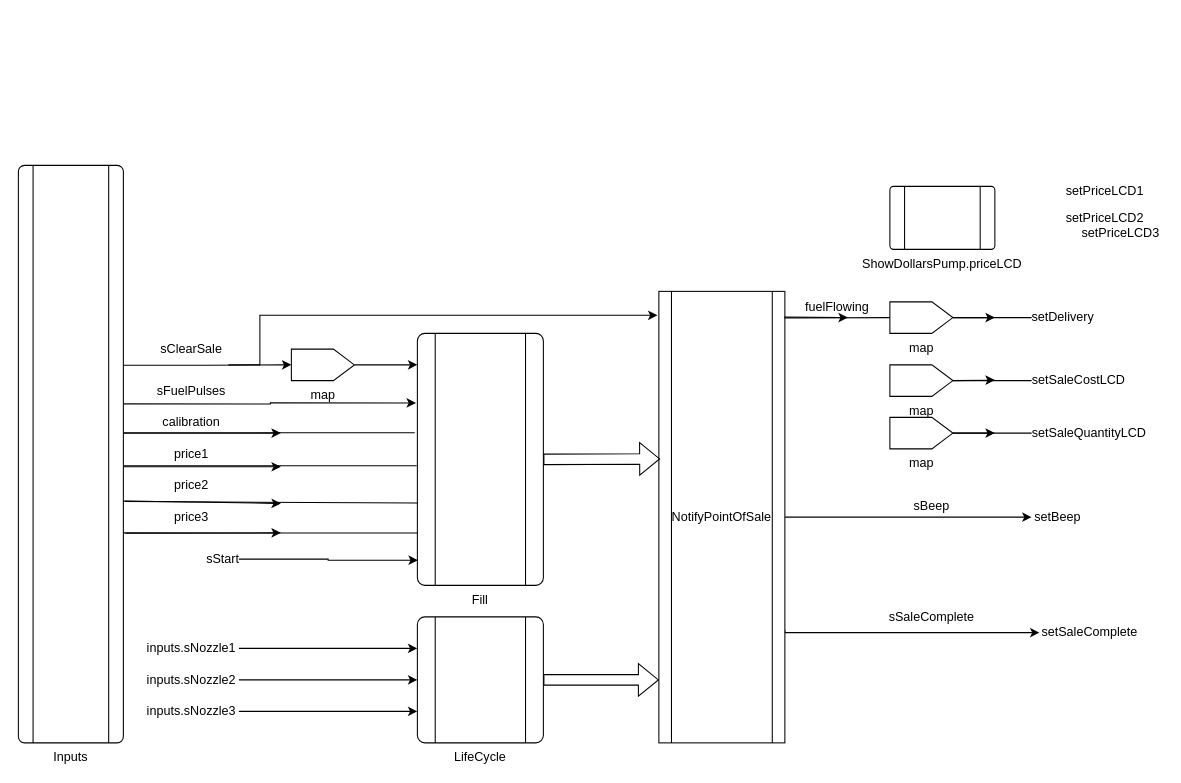
The draw.io diagram ClearSalePump.drawio in suzuki-taro-29/FRP-chap4-diagrams, before the edit. Source tidied: cells renumbered, new cells numbered last; positions are measured from the earlier drawing's top-left corner, leaving out a move shared by most shapes. Both pictures are drawn from the tidied source at 105%, with x=0, y=0 at pixel (18, 165).
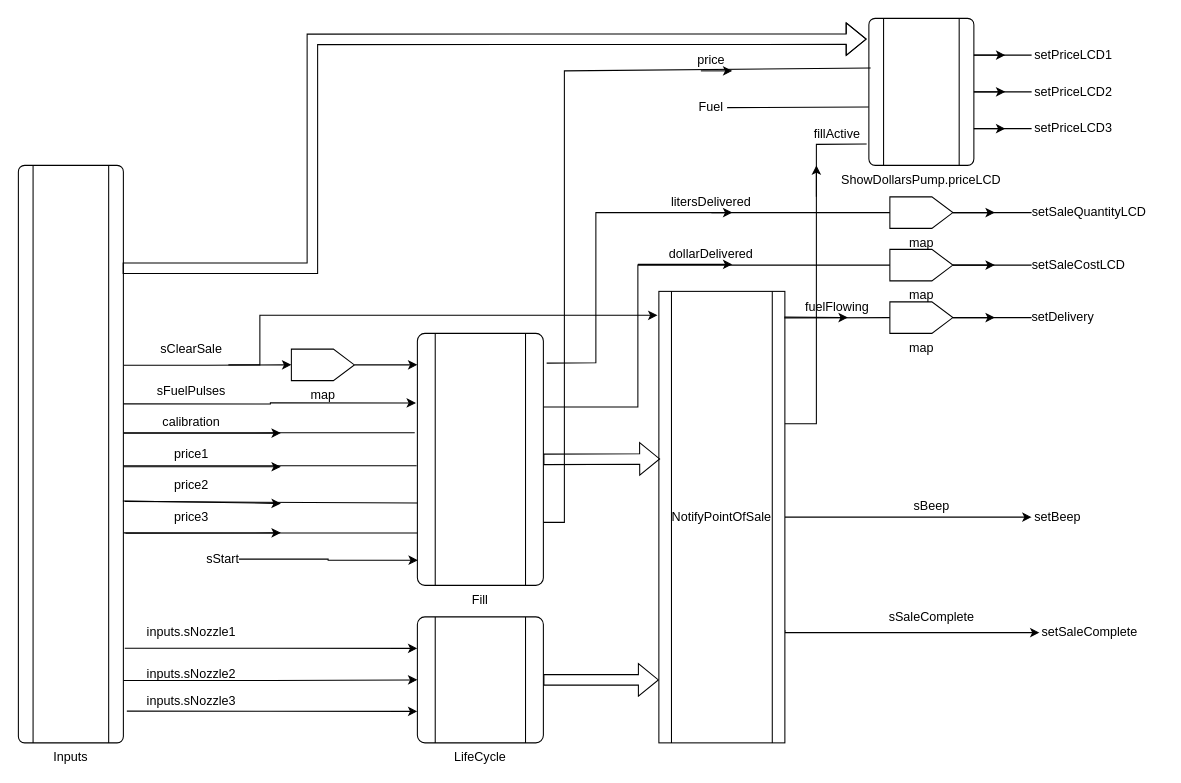
After the change.

Commit message:
ClearSalePump.drawio を更新します

Unchanged cells that the change refers to:
```xml
<mxCell id="2" value="Fill" style="verticalLabelPosition=bottom;verticalAlign=top;html=1;shape=process;whiteSpace=wrap;rounded=1;size=0.14;arcSize=6;" parent="1" vertex="1">
  <mxGeometry x="380" y="160" width="120" height="240" as="geometry" />
</mxCell>
<mxCell id="26" value="LifeCycle" style="verticalLabelPosition=bottom;verticalAlign=top;html=1;shape=process;whiteSpace=wrap;rounded=1;size=0.14;arcSize=6;" parent="1" vertex="1">
  <mxGeometry x="380" y="430" width="120" height="120" as="geometry" />
</mxCell>
<mxCell id="58" value="Inputs" style="verticalLabelPosition=bottom;verticalAlign=top;html=1;shape=process;whiteSpace=wrap;rounded=1;size=0.14;arcSize=6;" parent="1" vertex="1">
  <mxGeometry width="100" height="550" as="geometry" />
</mxCell>
```

Diff of the diagram source:
```diff
@@
-    <mxCell id="27" style="edgeStyle=orthogonalEdgeStyle;rounded=0;jettySize=auto;html=1;entryX=0;entryY=0.25;entryDx=0;entryDy=0;" parent="1" edge="1" source="28" target="26">
+    <mxCell id="27" style="edgeStyle=orthogonalEdgeStyle;rounded=0;jettySize=auto;html=1;entryX=0;entryY=0.25;entryDx=0;entryDy=0;exitX=1.013;exitY=0.836;exitDx=0;exitDy=0;exitPerimeter=0;" parent="1" edge="1" source="58" target="26">
       <mxGeometry relative="1" as="geometry" />
     </mxCell>
     <mxCell id="28" value="inputs.sNozzle1" style="text;html=1;align=center;verticalAlign=middle;whiteSpace=wrap;rounded=0;" parent="1" vertex="1">
-      <mxGeometry x="120" y="445" width="90" height="30" as="geometry" />
+      <mxGeometry x="120" y="430" width="90" height="30" as="geometry" />
     </mxCell>
-    <mxCell id="29" style="edgeStyle=orthogonalEdgeStyle;rounded=0;jettySize=auto;html=1;exitX=1;exitY=0.5;exitDx=0;exitDy=0;" parent="1" edge="1" source="30" target="26">
+    <mxCell id="29" style="edgeStyle=orthogonalEdgeStyle;rounded=0;jettySize=auto;html=1;exitX=1;exitY=0.892;exitDx=0;exitDy=0;exitPerimeter=0;" parent="1" edge="1" source="58" target="26">
       <mxGeometry relative="1" as="geometry" />
     </mxCell>
     <mxCell id="30" value="inputs.sNozzle2" style="text;html=1;align=center;verticalAlign=middle;whiteSpace=wrap;rounded=0;" parent="1" vertex="1">
-      <mxGeometry x="120" y="475" width="90" height="30" as="geometry" />
+      <mxGeometry x="120" y="470" width="90" height="30" as="geometry" />
     </mxCell>
-    <mxCell id="31" style="edgeStyle=orthogonalEdgeStyle;rounded=0;jettySize=auto;html=1;exitX=1;exitY=0.5;exitDx=0;exitDy=0;entryX=0;entryY=0.75;entryDx=0;entryDy=0;" parent="1" edge="1" source="32" target="26">
+    <mxCell id="31" style="edgeStyle=orthogonalEdgeStyle;rounded=0;jettySize=auto;html=1;exitX=1.033;exitY=0.945;exitDx=0;exitDy=0;entryX=0;entryY=0.75;entryDx=0;entryDy=0;exitPerimeter=0;" parent="1" edge="1" source="58" target="26">
       <mxGeometry relative="1" as="geometry" />
     </mxCell>
     <mxCell id="32" value="inputs.sNozzle3" style="text;html=1;align=center;verticalAlign=middle;whiteSpace=wrap;rounded=0;" parent="1" vertex="1">
-      <mxGeometry x="120" y="505" width="90" height="30" as="geometry" />
+      <mxGeometry x="120" y="495" width="90" height="30" as="geometry" />
     </mxCell>
@@
     <mxCell id="36" value="setSaleCostLCD" style="text;html=1;align=center;verticalAlign=middle;whiteSpace=wrap;rounded=0;" parent="1" vertex="1">
-      <mxGeometry x="965" y="190" width="90" height="30" as="geometry" />
+      <mxGeometry x="965" y="80" width="90" height="30" as="geometry" />
     </mxCell>
     <mxCell id="37" value="setSaleQuantityLCD" style="text;html=1;align=center;verticalAlign=middle;whiteSpace=wrap;rounded=0;" parent="1" vertex="1">
-      <mxGeometry x="965" y="240" width="110" height="30" as="geometry" />
+      <mxGeometry x="965" y="30" width="110" height="30" as="geometry" />
     </mxCell>
     <mxCell id="38" value="setPriceLCD1" style="text;html=1;align=center;verticalAlign=middle;whiteSpace=wrap;rounded=0;" parent="1" vertex="1">
-      <mxGeometry x="995" y="10" width="80" height="30" as="geometry" />
+      <mxGeometry x="965" y="-120" width="80" height="30" as="geometry" />
     </mxCell>
     <mxCell id="39" value="setPriceLCD2" style="text;html=1;align=center;verticalAlign=middle;whiteSpace=wrap;rounded=0;" parent="1" vertex="1">
-      <mxGeometry x="995" y="35" width="80" height="30" as="geometry" />
+      <mxGeometry x="965" y="-85" width="80" height="30" as="geometry" />
     </mxCell>
     <mxCell id="40" value="setPriceLCD3" style="text;html=1;align=center;verticalAlign=middle;whiteSpace=wrap;rounded=0;" parent="1" vertex="1">
-      <mxGeometry x="1010" y="50" width="80" height="30" as="geometry" />
+      <mxGeometry x="965" y="-50" width="80" height="30" as="geometry" />
     </mxCell>
@@
     <mxCell id="43" value="ShowDollarsPump.priceLCD" style="verticalLabelPosition=bottom;verticalAlign=top;html=1;shape=process;whiteSpace=wrap;rounded=1;size=0.14;arcSize=6;" parent="1" vertex="1">
-      <mxGeometry x="830" y="20" width="100" height="60" as="geometry" />
+      <mxGeometry x="810" y="-140" width="100" height="140" as="geometry" />
     </mxCell>
@@
     <mxCell id="50" style="edgeStyle=orthogonalEdgeStyle;rounded=0;jettySize=auto;html=1;exitX=0.5;exitY=1;exitDx=0;exitDy=0;" parent="1" edge="1" source="51">
       <mxGeometry relative="1" as="geometry">
-        <mxPoint x="930" y="204.5" as="targetPoint" />
+        <mxPoint x="930" y="95" as="targetPoint" />
       </mxGeometry>
     </mxCell>
     <mxCell id="51" value="map" style="verticalLabelPosition=bottom;verticalAlign=top;html=1;shape=offPageConnector;rounded=0;size=0.33333333333333526;direction=north;" parent="1" vertex="1">
-      <mxGeometry x="830" y="190" width="60" height="30" as="geometry" />
+      <mxGeometry x="830" y="80" width="60" height="30" as="geometry" />
     </mxCell>
@@
     <mxCell id="53" value="map" style="verticalLabelPosition=bottom;verticalAlign=top;html=1;shape=offPageConnector;rounded=0;size=0.33333333333333526;direction=north;" parent="1" vertex="1">
-      <mxGeometry x="830" y="240" width="60" height="30" as="geometry" />
+      <mxGeometry x="830" y="30" width="60" height="30" as="geometry" />
     </mxCell>
-    <mxCell id="54" style="endArrow=none;html=1;rounded=0;exitX=0;exitY=0.5;exitDx=0;exitDy=0;" parent="1" edge="1" source="37">
-      <mxGeometry relative="1" as="geometry">
-        <mxPoint x="890" y="255" as="targetPoint" />
-      </mxGeometry>
+    <mxCell id="54" style="endArrow=none;html=1;rounded=0;exitX=0;exitY=0.5;exitDx=0;exitDy=0;entryX=0.5;entryY=1;entryDx=0;entryDy=0;" parent="1" edge="1" source="37" target="53">
+      <mxGeometry relative="1" as="geometry" />
     </mxCell>
     <mxCell id="55" style="endArrow=classic;html=1;rounded=0;exitX=0.5;exitY=1;exitDx=0;exitDy=0;" parent="1" edge="1" source="53">
       <mxGeometry relative="1" as="geometry">
-        <mxPoint x="930" y="255" as="targetPoint" />
+        <mxPoint x="930" y="45" as="targetPoint" />
       </mxGeometry>
     </mxCell>
@@
+    <mxCell id="61" style="endArrow=classic;html=1;rounded=0;exitX=1.026;exitY=0.118;exitDx=0;exitDy=0;exitPerimeter=0;" parent="1" edge="1" source="2">
+      <mxGeometry relative="1" as="geometry">
+        <mxPoint x="680" y="45" as="targetPoint" />
+        <Array as="points">
+          <mxPoint x="550" y="188" />
+          <mxPoint x="550" y="45" />
+        </Array>
+      </mxGeometry>
+    </mxCell>
+    <mxCell id="62" style="endArrow=none;html=1;rounded=0;entryX=0.5;entryY=0;entryDx=0;entryDy=0;" parent="1" edge="1" target="53">
+      <mxGeometry relative="1" as="geometry">
+        <mxPoint x="660" y="45" as="sourcePoint" />
+      </mxGeometry>
+    </mxCell>
+    <mxCell id="63" style="endArrow=none;html=1;rounded=0;entryX=0.5;entryY=0;entryDx=0;entryDy=0;exitX=1;exitY=0.292;exitDx=0;exitDy=0;exitPerimeter=0;" parent="1" edge="1" source="2" target="51">
+      <mxGeometry relative="1" as="geometry">
+        <Array as="points">
+          <mxPoint x="590" y="230" />
+          <mxPoint x="590" y="95" />
+        </Array>
+      </mxGeometry>
+    </mxCell>
+    <mxCell id="64" style="endArrow=classic;html=1;rounded=0;" parent="1" edge="1">
+      <mxGeometry relative="1" as="geometry">
+        <mxPoint x="590" y="94.3" as="sourcePoint" />
+        <mxPoint x="680" y="94.3" as="targetPoint" />
+      </mxGeometry>
+    </mxCell>
+    <mxCell id="65" value="dollarDelivered" style="text;html=1;align=center;verticalAlign=middle;whiteSpace=wrap;rounded=0;" parent="1" vertex="1">
+      <mxGeometry x="630" y="70" width="60" height="30" as="geometry" />
+    </mxCell>
+    <mxCell id="66" value="litersDelivered" style="text;html=1;align=center;verticalAlign=middle;whiteSpace=wrap;rounded=0;" parent="1" vertex="1">
+      <mxGeometry x="630" y="20" width="60" height="30" as="geometry" />
+    </mxCell>
+    <mxCell id="67" style="endArrow=none;html=1;rounded=0;entryX=0.017;entryY=0.338;entryDx=0;entryDy=0;entryPerimeter=0;exitX=1;exitY=0.75;exitDx=0;exitDy=0;" parent="1" edge="1" source="2" target="43">
+      <mxGeometry relative="1" as="geometry">
+        <Array as="points">
+          <mxPoint x="520" y="340" />
+          <mxPoint x="520" y="-90" />
+        </Array>
+      </mxGeometry>
+    </mxCell>
+    <mxCell id="68" value="price" style="text;html=1;align=center;verticalAlign=middle;whiteSpace=wrap;rounded=0;" parent="1" vertex="1">
+      <mxGeometry x="630" y="-115" width="60" height="30" as="geometry" />
+    </mxCell>
+    <mxCell id="69" style="endArrow=classic;html=1;rounded=0;" parent="1" edge="1">
+      <mxGeometry relative="1" as="geometry">
+        <mxPoint x="650" y="-90" as="sourcePoint" />
+        <mxPoint x="680" y="-90" as="targetPoint" />
+        <Array as="points">
+          <mxPoint x="670" y="-90" />
+        </Array>
+      </mxGeometry>
+    </mxCell>
+    <mxCell id="70" style="endArrow=none;html=1;rounded=0;entryX=0;entryY=0.5;entryDx=0;entryDy=0;exitX=1;exitY=0.5;exitDx=0;exitDy=0;" parent="1" edge="1" source="43" target="39">
+      <mxGeometry relative="1" as="geometry" />
+    </mxCell>
+    <mxCell id="71" style="endArrow=classic;html=1;rounded=0;exitX=1;exitY=0.5;exitDx=0;exitDy=0;" parent="1" edge="1" source="43">
+      <mxGeometry relative="1" as="geometry">
+        <mxPoint x="940" y="-70" as="targetPoint" />
+      </mxGeometry>
+    </mxCell>
+    <mxCell id="72" style="endArrow=none;html=1;rounded=0;entryX=-0.021;entryY=0.855;entryDx=0;entryDy=0;entryPerimeter=0;" parent="1" edge="1" target="43">
+      <mxGeometry relative="1" as="geometry">
+        <mxPoint x="730" y="246" as="sourcePoint" />
+        <Array as="points">
+          <mxPoint x="760" y="246" />
+          <mxPoint x="760" y="-20" />
+        </Array>
+      </mxGeometry>
+    </mxCell>
+    <mxCell id="73" value="fillActive" style="text;html=1;align=center;verticalAlign=middle;whiteSpace=wrap;rounded=0;" parent="1" vertex="1">
+      <mxGeometry x="750" y="-40" width="60" height="20" as="geometry" />
+    </mxCell>
+    <mxCell id="74" style="endArrow=classic;html=1;rounded=0;" parent="1" edge="1">
+      <mxGeometry relative="1" as="geometry">
+        <mxPoint x="760" y="30" as="sourcePoint" />
+        <mxPoint x="760" as="targetPoint" />
+      </mxGeometry>
+    </mxCell>
+    <mxCell id="75" style="endArrow=none;html=1;rounded=0;entryX=0;entryY=0.5;entryDx=0;entryDy=0;exitX=1;exitY=0.75;exitDx=0;exitDy=0;" parent="1" edge="1" source="43" target="40">
+      <mxGeometry relative="1" as="geometry" />
+    </mxCell>
+    <mxCell id="76" style="endArrow=none;html=1;rounded=0;entryX=0;entryY=0.5;entryDx=0;entryDy=0;exitX=1;exitY=0.25;exitDx=0;exitDy=0;" parent="1" edge="1" source="43" target="38">
+      <mxGeometry relative="1" as="geometry" />
+    </mxCell>
+    <mxCell id="77" style="endArrow=classic;html=1;rounded=0;exitX=1;exitY=0.75;exitDx=0;exitDy=0;" parent="1" edge="1" source="43">
+      <mxGeometry relative="1" as="geometry">
+        <mxPoint x="940" y="-35" as="targetPoint" />
+      </mxGeometry>
+    </mxCell>
+    <mxCell id="78" style="endArrow=classic;html=1;rounded=0;exitX=1;exitY=0.25;exitDx=0;exitDy=0;" parent="1" edge="1" source="43">
+      <mxGeometry relative="1" as="geometry">
+        <mxPoint x="940" y="-105" as="targetPoint" />
+      </mxGeometry>
+    </mxCell>
+    <mxCell id="79" style="shape=flexArrow;endArrow=classic;html=1;rounded=0;exitX=0.993;exitY=0.178;exitDx=0;exitDy=0;exitPerimeter=0;entryX=-0.021;entryY=0.141;entryDx=0;entryDy=0;entryPerimeter=0;" parent="1" edge="1" source="58" target="43">
+      <mxGeometry relative="1" as="geometry">
+        <Array as="points">
+          <mxPoint x="280" y="98" />
+          <mxPoint x="280" y="-120" />
+        </Array>
+      </mxGeometry>
+    </mxCell>
+    <mxCell id="80" value="Fuel" style="text;html=1;align=center;verticalAlign=middle;whiteSpace=wrap;rounded=0;" parent="1" vertex="1">
+      <mxGeometry x="645" y="-70" width="30" height="30" as="geometry" />
+    </mxCell>
+    <mxCell id="81" style="endArrow=none;html=1;rounded=0;entryX=1;entryY=0.5;entryDx=0;entryDy=0;exitX=-0.002;exitY=0.603;exitDx=0;exitDy=0;exitPerimeter=0;" parent="1" edge="1" source="43" target="80">
+      <mxGeometry relative="1" as="geometry" />
+    </mxCell>
```
